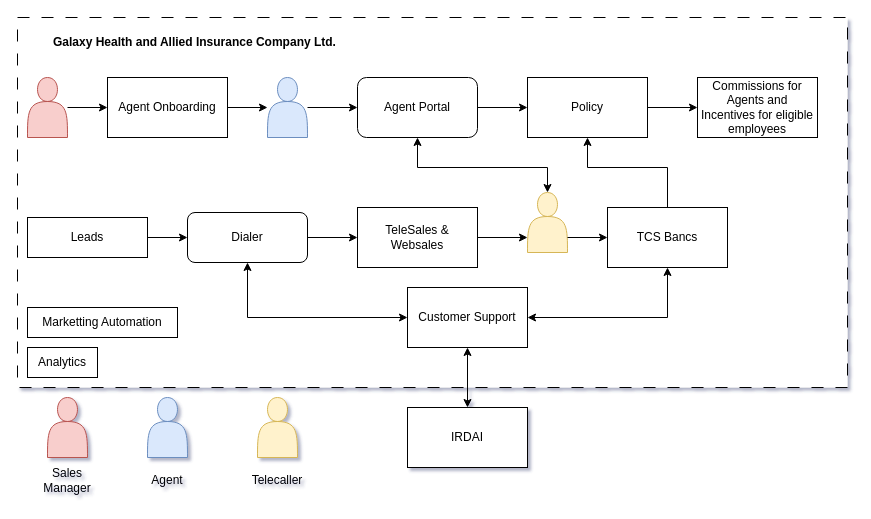
shaileshsreedar/Galaxy keeps this draw.io diagram as Galaxy process and structure.drawio. Above is the earlier version. Source tidied: cells renumbered, new cells numbered last; positions are measured from the earlier drawing's top-left corner, leaving out a move shared by most shapes. Both pictures are drawn from the tidied source at 100%, with x=0, y=0 at pixel (17, 17).
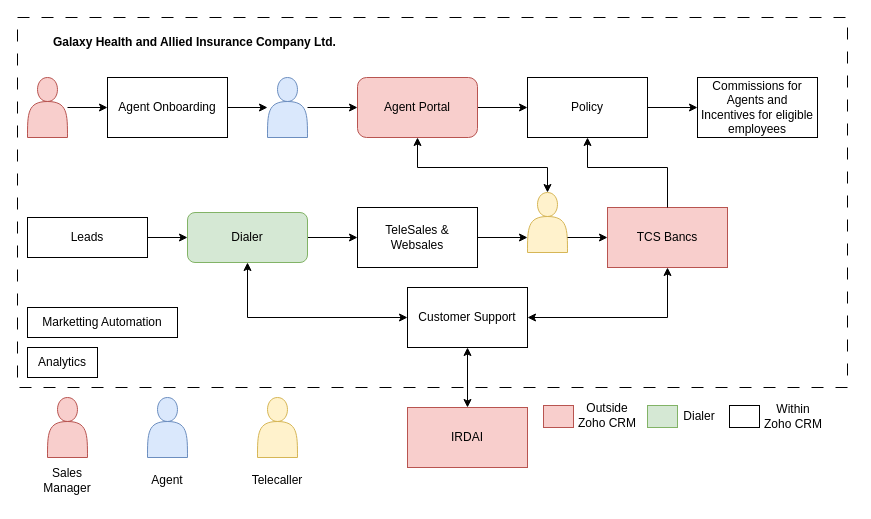
Above is the later version.

The edit, as a diff of the source:
```diff
@@
-<mxGraphModel shadow="1">
+<mxGraphModel>
@@
-    <mxCell id="24" value="Dialer" style="rounded=1;whiteSpace=wrap;html=1;" parent="1" vertex="1">
+    <mxCell id="24" value="Dialer" style="rounded=1;whiteSpace=wrap;html=1;fillColor=#d5e8d4;strokeColor=#82b366;" parent="1" vertex="1">
       <mxGeometry x="170" y="195" width="120" height="50" as="geometry" />
     </mxCell>
@@
-    <mxCell id="26" value="Agent Portal" style="rounded=1;whiteSpace=wrap;html=1;" parent="1" vertex="1">
+    <mxCell id="26" value="Agent Portal" style="rounded=1;whiteSpace=wrap;html=1;fillColor=#f8cecc;strokeColor=#b85450;" parent="1" vertex="1">
       <mxGeometry x="340" y="60" width="120" height="60" as="geometry" />
     </mxCell>
@@
-    <mxCell id="31" value="TCS Bancs" style="rounded=0;whiteSpace=wrap;html=1;" parent="1" vertex="1">
+    <mxCell id="31" value="TCS Bancs" style="rounded=0;whiteSpace=wrap;html=1;fillColor=#f8cecc;strokeColor=#b85450;" parent="1" vertex="1">
       <mxGeometry x="590" y="190" width="120" height="60" as="geometry" />
     </mxCell>
@@
-    <mxCell id="36" value="IRDAI" style="rounded=0;whiteSpace=wrap;html=1;" parent="1" vertex="1">
+    <mxCell id="36" value="IRDAI" style="rounded=0;whiteSpace=wrap;html=1;fillColor=#f8cecc;strokeColor=#b85450;" parent="1" vertex="1">
       <mxGeometry x="390" y="390" width="120" height="60" as="geometry" />
     </mxCell>
@@
+    <mxCell id="39" style="rounded=0;whiteSpace=wrap;html=1;fillColor=#f8cecc;strokeColor=#b85450;" parent="1" vertex="1">
+      <mxGeometry x="526" y="388" width="30" height="22" as="geometry" />
+    </mxCell>
+    <mxCell id="40" value="Outside Zoho CRM" style="text;html=1;align=center;verticalAlign=middle;whiteSpace=wrap;rounded=0;" parent="1" vertex="1">
+      <mxGeometry x="560" y="385" width="60" height="26" as="geometry" />
+    </mxCell>
+    <mxCell id="41" style="rounded=0;whiteSpace=wrap;html=1;fillColor=#d5e8d4;strokeColor=#82b366;" parent="1" vertex="1">
+      <mxGeometry x="630" y="388" width="30" height="22" as="geometry" />
+    </mxCell>
+    <mxCell id="42" value="Dialer" style="text;html=1;align=center;verticalAlign=middle;whiteSpace=wrap;rounded=0;" parent="1" vertex="1">
+      <mxGeometry x="652" y="384" width="60" height="30" as="geometry" />
+    </mxCell>
+    <mxCell id="43" style="rounded=0;whiteSpace=wrap;html=1;" parent="1" vertex="1">
+      <mxGeometry x="712" y="388" width="30" height="22" as="geometry" />
+    </mxCell>
+    <mxCell id="44" value="Within Zoho CRM" style="text;html=1;align=center;verticalAlign=middle;whiteSpace=wrap;rounded=0;" parent="1" vertex="1">
+      <mxGeometry x="746" y="384" width="60" height="30" as="geometry" />
+    </mxCell>
```
